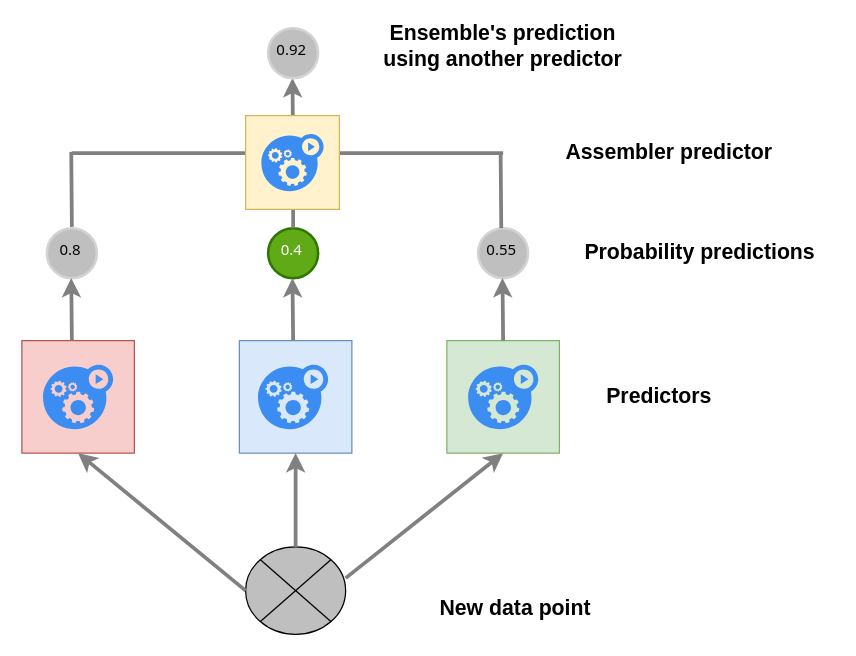
Before: Reports/Soft Voting.drawio in muga01/TMAWrapper, a draw.io diagram. Source tidied: cells renumbered, new cells numbered last; positions are measured from the earlier drawing's top-left corner, leaving out a move shared by most shapes. Both pictures are drawn from the tidied source at 125%, with x=0, y=0 at pixel (21, 28).
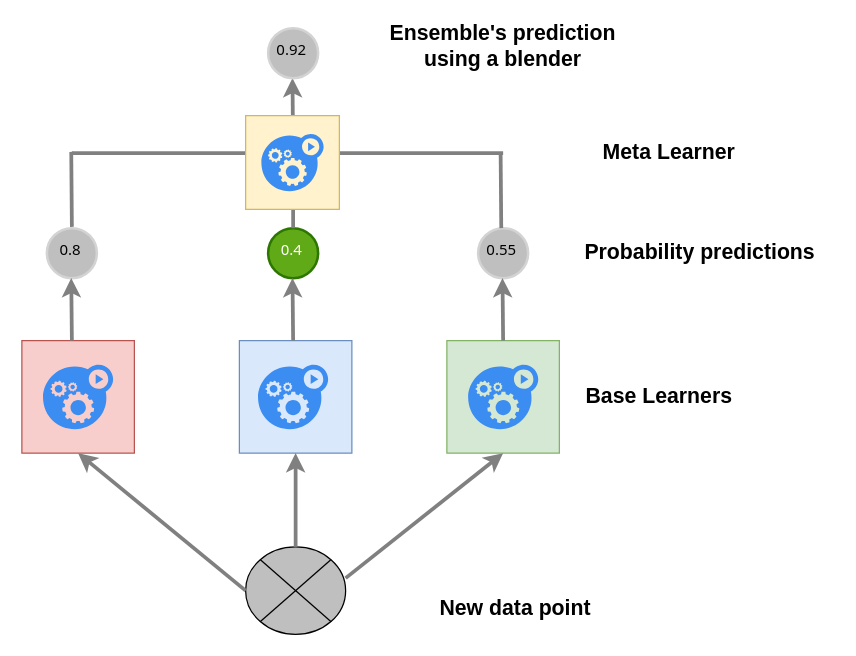
The same diagram, later.

Diff of the diagram source:
```diff
@@
-    <mxCell id="25" value="&lt;font style=&quot;font-size: 17px;&quot;&gt;&lt;b&gt;Ensemble's prediction&lt;br&gt;using another predictor&lt;br&gt;&lt;/b&gt;&lt;/font&gt;" style="text;html=1;strokeColor=none;fillColor=none;align=center;verticalAlign=middle;whiteSpace=wrap;rounded=0;fontSize=14;" parent="1" vertex="1">
+    <mxCell id="25" value="&lt;font style=&quot;font-size: 17px;&quot;&gt;&lt;b&gt;Ensemble's prediction&lt;br&gt;using a blender&lt;br&gt;&lt;/b&gt;&lt;/font&gt;" style="text;html=1;strokeColor=none;fillColor=none;align=center;verticalAlign=middle;whiteSpace=wrap;rounded=0;fontSize=14;" parent="1" vertex="1">
       <mxGeometry x="280" width="210" height="30" as="geometry" />
     </mxCell>
@@
-    <mxCell id="27" value="&lt;font style=&quot;font-size: 17px;&quot;&gt;&lt;b&gt;Predictors&lt;br&gt;&lt;/b&gt;&lt;/font&gt;" style="text;html=1;strokeColor=none;fillColor=none;align=center;verticalAlign=middle;whiteSpace=wrap;rounded=0;fontSize=14;" parent="1" vertex="1">
+    <mxCell id="27" value="&lt;font style=&quot;font-size: 17px;&quot;&gt;&lt;b&gt;Base Learners&lt;br&gt;&lt;/b&gt;&lt;/font&gt;" style="text;html=1;strokeColor=none;fillColor=none;align=center;verticalAlign=middle;whiteSpace=wrap;rounded=0;fontSize=14;" parent="1" vertex="1">
       <mxGeometry x="405" y="280" width="210" height="30" as="geometry" />
     </mxCell>
@@
-    <mxCell id="31" value="&lt;font style=&quot;font-size: 17px;&quot;&gt;&lt;b&gt;Assembler predictor&lt;br&gt;&lt;/b&gt;&lt;/font&gt;" style="text;html=1;strokeColor=none;fillColor=none;align=center;verticalAlign=middle;whiteSpace=wrap;rounded=0;fontSize=14;" parent="1" vertex="1">
+    <mxCell id="31" value="&lt;font style=&quot;font-size: 17px;&quot;&gt;&lt;b&gt;Meta Learner&lt;br&gt;&lt;/b&gt;&lt;/font&gt;" style="text;html=1;strokeColor=none;fillColor=none;align=center;verticalAlign=middle;whiteSpace=wrap;rounded=0;fontSize=14;" parent="1" vertex="1">
       <mxGeometry x="413" y="84.6" width="210" height="30" as="geometry" />
     </mxCell>
```
